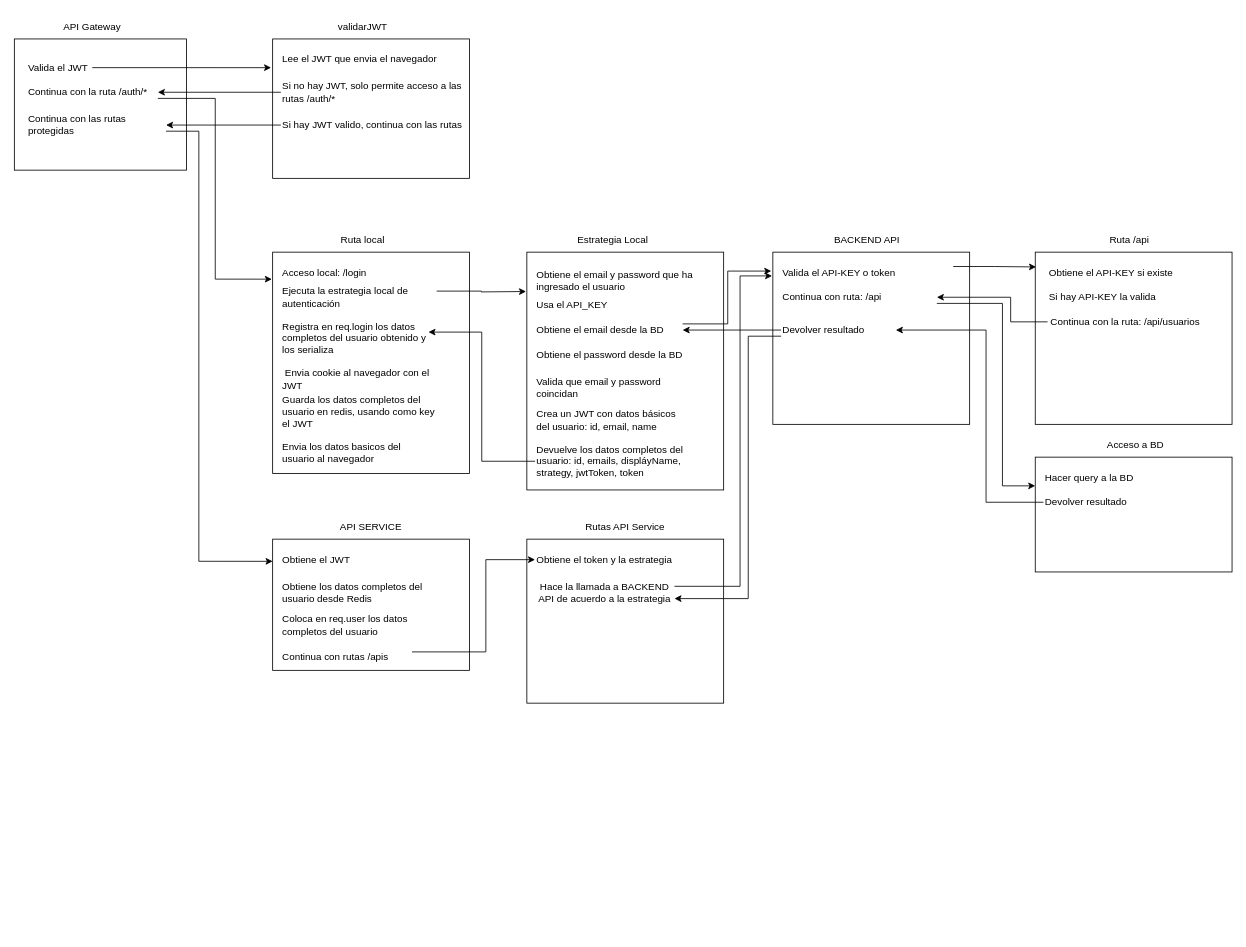
Before: page "Página-16" (16 of 16) of Diagrama sin título.drawio in ocpdata/new-repo, a draw.io diagram. Source tidied: cells renumbered, new cells numbered last; positions are measured from the earlier drawing's top-left corner, leaving out a move shared by most shapes. Both pictures are drawn from the tidied source at 82%, with x=0, y=0 at pixel (14, 14).
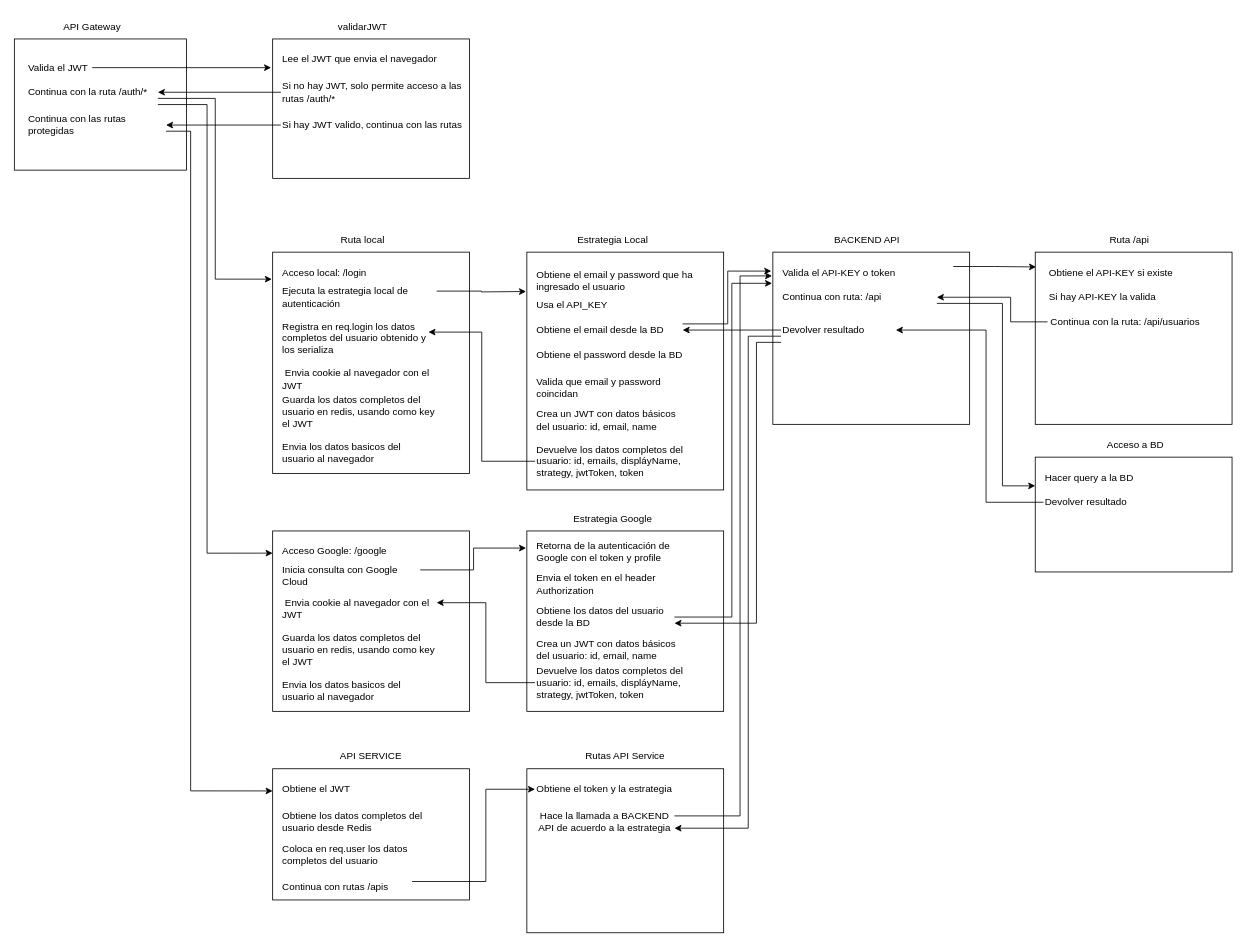
The same page after the edit.

The change refers to these unchanged cells:
```xml
<mxCell id="32" value="Continua con la ruta /auth/*" style="text;html=1;whiteSpace=wrap;strokeColor=none;fillColor=none;align=left;verticalAlign=middle;rounded=0;fontFamily=Helvetica;fontSize=12;fontColor=default;" parent="1" vertex="1">
  <mxGeometry x="15" y="80" width="160" height="30" as="geometry" />
</mxCell>
<mxCell id="35" style="rounded=0;whiteSpace=wrap;html=1;align=left;verticalAlign=middle;fontFamily=Helvetica;fontSize=12;fontColor=default;fillColor=none;gradientColor=none;" parent="1" vertex="1">
  <mxGeometry x="925" y="290" width="240" height="210" as="geometry" />
</mxCell>
<mxCell id="41" value="Continua con las rutas protegidas" style="text;html=1;whiteSpace=wrap;strokeColor=none;fillColor=none;align=left;verticalAlign=middle;rounded=0;fontFamily=Helvetica;fontSize=12;fontColor=default;" parent="1" vertex="1">
  <mxGeometry x="15" y="120" width="170" height="30" as="geometry" />
</mxCell>
<mxCell id="55" value="Devolver resultado" style="text;html=1;whiteSpace=wrap;strokeColor=none;fillColor=none;align=left;verticalAlign=middle;rounded=0;fontFamily=Helvetica;fontSize=12;fontColor=default;" parent="1" vertex="1">
  <mxGeometry x="935" y="370" width="140" height="30" as="geometry" />
</mxCell>
```

The edit, as a diff of the source:
```diff
@@
     <mxCell id="54" style="edgeStyle=orthogonalEdgeStyle;rounded=0;jettySize=auto;html=1;exitX=0;exitY=0.75;exitDx=0;exitDy=0;entryX=1;entryY=0.75;entryDx=0;entryDy=0;fontFamily=Helvetica;fontSize=12;fontColor=default;" parent="1" edge="1" source="55" target="66">
       <mxGeometry relative="1" as="geometry">
         <Array as="points">
           <mxPoint x="895" y="393" />
-          <mxPoint x="895" y="713" />
+          <mxPoint x="895" y="993" />
         </Array>
       </mxGeometry>
     </mxCell>
+    <mxCell id="69" style="edgeStyle=orthogonalEdgeStyle;rounded=0;jettySize=auto;html=1;exitX=0;exitY=1;exitDx=0;exitDy=0;entryX=1;entryY=0.75;entryDx=0;entryDy=0;fontFamily=Helvetica;fontSize=12;fontColor=default;" parent="1" edge="1" source="55" target="74">
+      <mxGeometry relative="1" as="geometry">
+        <Array as="points">
+          <mxPoint x="905" y="400" />
+          <mxPoint x="905" y="743" />
+        </Array>
+      </mxGeometry>
+    </mxCell>
@@
     <mxCell id="56" style="rounded=0;whiteSpace=wrap;html=1;align=left;verticalAlign=middle;fontFamily=Helvetica;fontSize=12;fontColor=default;fillColor=none;gradientColor=none;" parent="1" vertex="1">
-      <mxGeometry x="315" y="640" width="240" height="160" as="geometry" />
+      <mxGeometry x="315" y="920" width="240" height="160" as="geometry" />
     </mxCell>
     <mxCell id="57" value="API SERVICE" style="text;html=1;whiteSpace=wrap;strokeColor=none;fillColor=none;align=center;verticalAlign=middle;rounded=0;fontFamily=Helvetica;fontSize=12;fontColor=default;" parent="1" vertex="1">
-      <mxGeometry x="390" y="610" width="90" height="30" as="geometry" />
+      <mxGeometry x="390" y="890" width="90" height="30" as="geometry" />
     </mxCell>
     <mxCell id="58" value="Obtiene el JWT&amp;nbsp;" style="text;html=1;whiteSpace=wrap;strokeColor=none;fillColor=none;align=left;verticalAlign=middle;rounded=0;fontFamily=Helvetica;fontSize=12;fontColor=default;" parent="1" vertex="1">
-      <mxGeometry x="325" y="650" width="120" height="30" as="geometry" />
+      <mxGeometry x="325" y="930" width="120" height="30" as="geometry" />
     </mxCell>
     <mxCell id="59" value="Obtiene los datos completos del usuario desde Redis" style="text;html=1;whiteSpace=wrap;strokeColor=none;fillColor=none;align=left;verticalAlign=middle;rounded=0;fontFamily=Helvetica;fontSize=12;fontColor=default;" parent="1" vertex="1">
-      <mxGeometry x="325" y="690" width="180" height="30" as="geometry" />
+      <mxGeometry x="325" y="970" width="180" height="30" as="geometry" />
     </mxCell>
     <mxCell id="60" style="edgeStyle=orthogonalEdgeStyle;rounded=0;jettySize=auto;html=1;exitX=1;exitY=0.25;exitDx=0;exitDy=0;entryX=0;entryY=0.5;entryDx=0;entryDy=0;fontFamily=Helvetica;fontSize=12;fontColor=default;" parent="1" edge="1" source="61" target="65">
       <mxGeometry relative="1" as="geometry">
         <Array as="points">
-          <mxPoint x="575" y="778" />
-          <mxPoint x="575" y="665" />
+          <mxPoint x="575" y="1058" />
+          <mxPoint x="575" y="945" />
         </Array>
       </mxGeometry>
     </mxCell>
     <mxCell id="61" value="Continua con rutas /apis&lt;div&gt;&lt;br&gt;&lt;/div&gt;" style="text;html=1;whiteSpace=wrap;strokeColor=none;fillColor=none;align=left;verticalAlign=top;rounded=0;fontFamily=Helvetica;fontSize=12;fontColor=default;" parent="1" vertex="1">
-      <mxGeometry x="325" y="770" width="160" height="30" as="geometry" />
+      <mxGeometry x="325" y="1050" width="160" height="30" as="geometry" />
     </mxCell>
     <mxCell id="62" value="Coloca en req.user los datos completos del usuario" style="text;html=1;whiteSpace=wrap;strokeColor=none;fillColor=none;align=left;verticalAlign=middle;rounded=0;fontFamily=Helvetica;fontSize=12;fontColor=default;" parent="1" vertex="1">
-      <mxGeometry x="325" y="730" width="160" height="30" as="geometry" />
+      <mxGeometry x="325" y="1010" width="160" height="30" as="geometry" />
     </mxCell>
     <mxCell id="63" style="rounded=0;whiteSpace=wrap;html=1;align=left;verticalAlign=middle;fontFamily=Helvetica;fontSize=12;fontColor=default;fillColor=none;gradientColor=none;" parent="1" vertex="1">
-      <mxGeometry x="625" y="640" width="240" height="200" as="geometry" />
+      <mxGeometry x="625" y="920" width="240" height="200" as="geometry" />
     </mxCell>
     <mxCell id="64" value="Rutas API Service" style="text;html=1;whiteSpace=wrap;strokeColor=none;fillColor=none;align=center;verticalAlign=middle;rounded=0;fontFamily=Helvetica;fontSize=12;fontColor=default;" parent="1" vertex="1">
-      <mxGeometry x="690" y="610" width="110" height="30" as="geometry" />
+      <mxGeometry x="690" y="890" width="110" height="30" as="geometry" />
     </mxCell>
     <mxCell id="65" value="Obtiene el token y la estrategia" style="text;html=1;whiteSpace=wrap;strokeColor=none;fillColor=none;align=left;verticalAlign=middle;rounded=0;fontFamily=Helvetica;fontSize=12;fontColor=default;" parent="1" vertex="1">
-      <mxGeometry x="635" y="650" width="200" height="30" as="geometry" />
+      <mxGeometry x="635" y="930" width="200" height="30" as="geometry" />
     </mxCell>
     <mxCell id="66" value="Hace la llamada a BACKEND API de acuerdo a la estrategia" style="text;html=1;whiteSpace=wrap;strokeColor=none;fillColor=none;align=center;verticalAlign=middle;rounded=0;fontFamily=Helvetica;fontSize=12;fontColor=default;" parent="1" vertex="1">
-      <mxGeometry x="635" y="690" width="170" height="30" as="geometry" />
+      <mxGeometry x="635" y="970" width="170" height="30" as="geometry" />
     </mxCell>
     <mxCell id="67" style="edgeStyle=orthogonalEdgeStyle;rounded=0;jettySize=auto;html=1;exitX=1;exitY=0.75;exitDx=0;exitDy=0;entryX=0;entryY=0.169;entryDx=0;entryDy=0;entryPerimeter=0;fontFamily=Helvetica;fontSize=12;fontColor=default;" parent="1" edge="1" source="41" target="56">
       <mxGeometry relative="1" as="geometry">
         <Array as="points">
-          <mxPoint x="225" y="143" />
-          <mxPoint x="225" y="667" />
+          <mxPoint x="215" y="143" />
+          <mxPoint x="215" y="947" />
         </Array>
       </mxGeometry>
     </mxCell>
     <mxCell id="68" style="edgeStyle=orthogonalEdgeStyle;rounded=0;jettySize=auto;html=1;exitX=1;exitY=0.25;exitDx=0;exitDy=0;entryX=-0.004;entryY=0.138;entryDx=0;entryDy=0;entryPerimeter=0;fontFamily=Helvetica;fontSize=12;fontColor=default;" parent="1" edge="1" source="66" target="35">
       <mxGeometry relative="1" as="geometry">
         <Array as="points">
-          <mxPoint x="885" y="698" />
+          <mxPoint x="885" y="978" />
           <mxPoint x="885" y="319" />
         </Array>
       </mxGeometry>
     </mxCell>
+    <mxCell id="70" style="rounded=0;whiteSpace=wrap;html=1;align=left;verticalAlign=middle;fontFamily=Helvetica;fontSize=12;fontColor=default;fillColor=none;gradientColor=none;" parent="1" vertex="1">
+      <mxGeometry x="625" y="630" width="240" height="220" as="geometry" />
+    </mxCell>
+    <mxCell id="71" value="Estrategia Google" style="text;html=1;whiteSpace=wrap;strokeColor=none;fillColor=none;align=center;verticalAlign=middle;rounded=0;fontFamily=Helvetica;fontSize=12;fontColor=default;" parent="1" vertex="1">
+      <mxGeometry x="680" y="600" width="100" height="30" as="geometry" />
+    </mxCell>
+    <mxCell id="72" value="Envia el token en el header Authorization" style="text;html=1;whiteSpace=wrap;strokeColor=none;fillColor=none;align=left;verticalAlign=middle;rounded=0;fontFamily=Helvetica;fontSize=12;fontColor=default;" parent="1" vertex="1">
+      <mxGeometry x="635" y="680" width="190" height="30" as="geometry" />
+    </mxCell>
+    <mxCell id="73" value="Retorna de la autenticación de Google con el token y profile" style="text;html=1;whiteSpace=wrap;strokeColor=none;fillColor=none;align=left;verticalAlign=middle;rounded=0;fontFamily=Helvetica;fontSize=12;fontColor=default;" parent="1" vertex="1">
+      <mxGeometry x="635" y="640" width="180" height="30" as="geometry" />
+    </mxCell>
+    <mxCell id="74" value="Obtiene los datos del usuario desde la BD" style="text;html=1;whiteSpace=wrap;strokeColor=none;fillColor=none;align=left;verticalAlign=middle;rounded=0;fontFamily=Helvetica;fontSize=12;fontColor=default;" parent="1" vertex="1">
+      <mxGeometry x="635" y="720" width="170" height="30" as="geometry" />
+    </mxCell>
+    <mxCell id="75" value="Crea un JWT con datos básicos del usuario: id, email, name" style="text;html=1;whiteSpace=wrap;strokeColor=none;fillColor=none;align=left;verticalAlign=middle;rounded=0;fontFamily=Helvetica;fontSize=12;fontColor=default;" parent="1" vertex="1">
+      <mxGeometry x="635" y="760" width="190" height="30" as="geometry" />
+    </mxCell>
+    <mxCell id="76" style="edgeStyle=orthogonalEdgeStyle;rounded=0;jettySize=auto;html=1;exitX=0;exitY=0.5;exitDx=0;exitDy=0;entryX=1;entryY=0.25;entryDx=0;entryDy=0;fontFamily=Helvetica;fontSize=12;fontColor=default;" parent="1" edge="1" source="77" target="83">
+      <mxGeometry relative="1" as="geometry" />
+    </mxCell>
+    <mxCell id="77" value="Devuelve los datos completos del usuario: id, emails, displáyName, strategy, jwtToken, token&amp;nbsp;" style="text;html=1;whiteSpace=wrap;strokeColor=none;fillColor=none;align=left;verticalAlign=middle;rounded=0;fontFamily=Helvetica;fontSize=12;fontColor=default;" parent="1" vertex="1">
+      <mxGeometry x="635" y="800" width="200" height="30" as="geometry" />
+    </mxCell>
+    <mxCell id="78" style="rounded=0;whiteSpace=wrap;html=1;align=left;verticalAlign=middle;fontFamily=Helvetica;fontSize=12;fontColor=default;fillColor=none;gradientColor=none;" parent="1" vertex="1">
+      <mxGeometry x="315" y="630" width="240" height="220" as="geometry" />
+    </mxCell>
+    <mxCell id="79" value="Acceso Google: /google" style="text;html=1;whiteSpace=wrap;strokeColor=none;fillColor=none;align=left;verticalAlign=middle;rounded=0;fontFamily=Helvetica;fontSize=12;fontColor=default;" parent="1" vertex="1">
+      <mxGeometry x="325" y="640" width="180" height="30" as="geometry" />
+    </mxCell>
+    <mxCell id="80" value="Inicia consulta con Google Cloud" style="text;html=1;whiteSpace=wrap;strokeColor=none;fillColor=none;align=left;verticalAlign=middle;rounded=0;fontFamily=Helvetica;fontSize=12;fontColor=default;" parent="1" vertex="1">
+      <mxGeometry x="325" y="670" width="170" height="30" as="geometry" />
+    </mxCell>
+    <mxCell id="81" style="edgeStyle=orthogonalEdgeStyle;rounded=0;jettySize=auto;html=1;exitX=1;exitY=0.25;exitDx=0;exitDy=0;entryX=-0.004;entryY=0.095;entryDx=0;entryDy=0;entryPerimeter=0;fontFamily=Helvetica;fontSize=12;fontColor=default;" parent="1" edge="1" source="80" target="70">
+      <mxGeometry relative="1" as="geometry" />
+    </mxCell>
+    <mxCell id="82" style="edgeStyle=orthogonalEdgeStyle;rounded=0;jettySize=auto;html=1;exitX=1;exitY=0.5;exitDx=0;exitDy=0;entryX=-0.004;entryY=0.181;entryDx=0;entryDy=0;entryPerimeter=0;fontFamily=Helvetica;fontSize=12;fontColor=default;" parent="1" edge="1" source="74" target="35">
+      <mxGeometry relative="1" as="geometry">
+        <Array as="points">
+          <mxPoint x="875" y="735" />
+          <mxPoint x="875" y="328" />
+        </Array>
+      </mxGeometry>
+    </mxCell>
+    <mxCell id="83" value="&amp;nbsp;Envia cookie al navegador con el JWT" style="text;html=1;whiteSpace=wrap;strokeColor=none;fillColor=none;align=left;verticalAlign=middle;rounded=0;fontFamily=Helvetica;fontSize=12;fontColor=default;" parent="1" vertex="1">
+      <mxGeometry x="325" y="710" width="190" height="30" as="geometry" />
+    </mxCell>
+    <mxCell id="84" value="Guarda los datos completos del usuario en redis, usando como key el JWT" style="text;html=1;whiteSpace=wrap;strokeColor=none;fillColor=none;align=left;verticalAlign=middle;rounded=0;fontFamily=Helvetica;fontSize=12;fontColor=default;" parent="1" vertex="1">
+      <mxGeometry x="325" y="760" width="200" height="30" as="geometry" />
+    </mxCell>
+    <mxCell id="85" value="Envia los datos basicos del usuario al navegador" style="text;html=1;whiteSpace=wrap;strokeColor=none;fillColor=none;align=left;verticalAlign=middle;rounded=0;fontFamily=Helvetica;fontSize=12;fontColor=default;" parent="1" vertex="1">
+      <mxGeometry x="325" y="810" width="180" height="30" as="geometry" />
+    </mxCell>
+    <mxCell id="86" style="edgeStyle=orthogonalEdgeStyle;rounded=0;jettySize=auto;html=1;exitX=1;exitY=1;exitDx=0;exitDy=0;entryX=0;entryY=0.123;entryDx=0;entryDy=0;entryPerimeter=0;fontFamily=Helvetica;fontSize=12;fontColor=default;" parent="1" edge="1" source="32" target="78">
+      <mxGeometry relative="1" as="geometry">
+        <Array as="points">
+          <mxPoint x="235" y="110" />
+          <mxPoint x="235" y="657" />
+        </Array>
+      </mxGeometry>
+    </mxCell>
```
